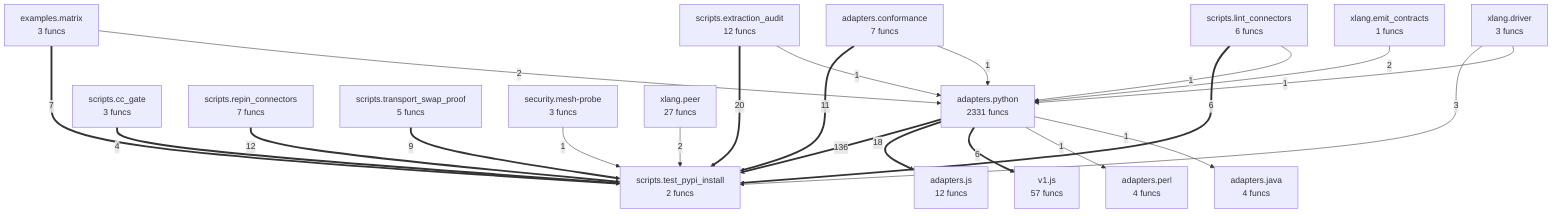
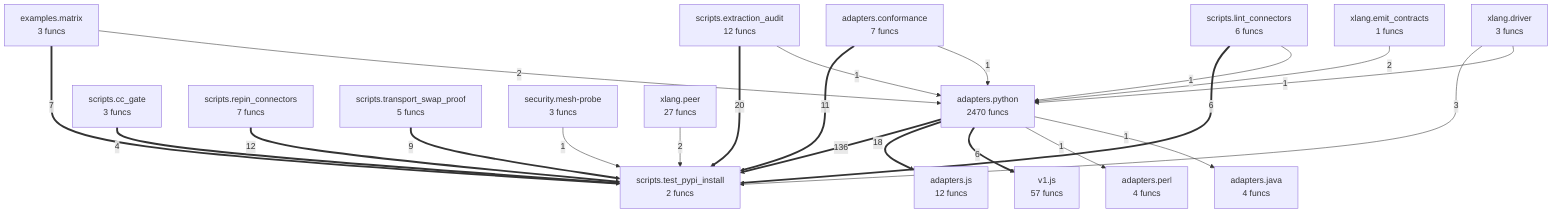
flowchart TD
- %% generated in 0.09s
+ %% generated in 0.07s
    adapters__conformance["adapters.conformance<br/>7 funcs"]
    adapters__java["adapters.java<br/>4 funcs"]
    adapters__js["adapters.js<br/>12 funcs"]
    adapters__perl["adapters.perl<br/>4 funcs"]
-     adapters__python["adapters.python<br/>2331 funcs"]
+     adapters__python["adapters.python<br/>2470 funcs"]
    examples__matrix["examples.matrix<br/>3 funcs"]
    scripts__cc_gate["scripts.cc_gate<br/>3 funcs"]
    scripts__extraction_audit["scripts.extraction_audit<br/>12 funcs"]
    scripts__lint_connectors["scripts.lint_connectors<br/>6 funcs"]
    scripts__repin_connectors["scripts.repin_connectors<br/>7 funcs"]
    scripts__test_pypi_install["scripts.test_pypi_install<br/>2 funcs"]
    scripts__transport_swap_proof["scripts.transport_swap_proof<br/>5 funcs"]
    security__mesh_probe["security.mesh-probe<br/>3 funcs"]
    v1__js["v1.js<br/>57 funcs"]
    xlang__driver["xlang.driver<br/>3 funcs"]
    xlang__emit_contracts["xlang.emit_contracts<br/>1 funcs"]
    xlang__peer["xlang.peer<br/>27 funcs"]
    adapters__python ==>|136| scripts__test_pypi_install
    scripts__extraction_audit ==>|20| scripts__test_pypi_install
    adapters__python ==>|18| adapters__js
    scripts__repin_connectors ==>|12| scripts__test_pypi_install
    adapters__conformance ==>|11| scripts__test_pypi_install
    scripts__transport_swap_proof ==>|9| scripts__test_pypi_install
    examples__matrix ==>|7| scripts__test_pypi_install
    scripts__lint_connectors ==>|6| scripts__test_pypi_install
    adapters__python ==>|6| v1__js
    scripts__cc_gate ==>|4| scripts__test_pypi_install
    xlang__driver -->|3| scripts__test_pypi_install
    examples__matrix -->|2| adapters__python
    xlang__emit_contracts -->|2| adapters__python
    xlang__peer -->|2| scripts__test_pypi_install
    security__mesh_probe -->|1| scripts__test_pypi_install
    scripts__lint_connectors -->|1| adapters__python
    scripts__extraction_audit -->|1| adapters__python
    adapters__conformance -->|1| adapters__python
    adapters__python -->|1| adapters__perl
    adapters__python -->|1| adapters__java
    xlang__driver -->|1| adapters__python
